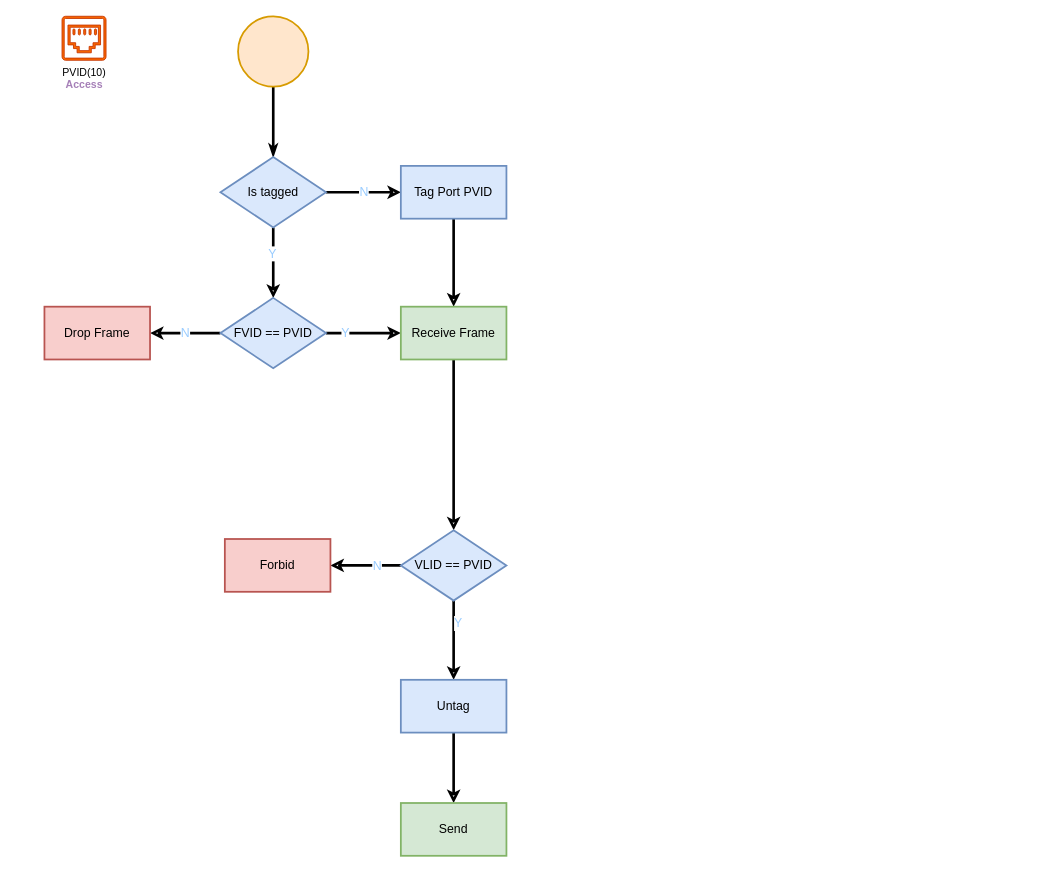
Before: page "Access Receive/Send Frame" (4 of 10) of VLAN.drawio in gaivin/drawio, a draw.io diagram. Source tidied: cells renumbered, new cells numbered last; positions are measured from the earlier drawing's top-left corner, leaving out a move shared by most shapes. Both pictures are drawn from the tidied source at 88%, with x=0, y=0 at pixel (44, 16).
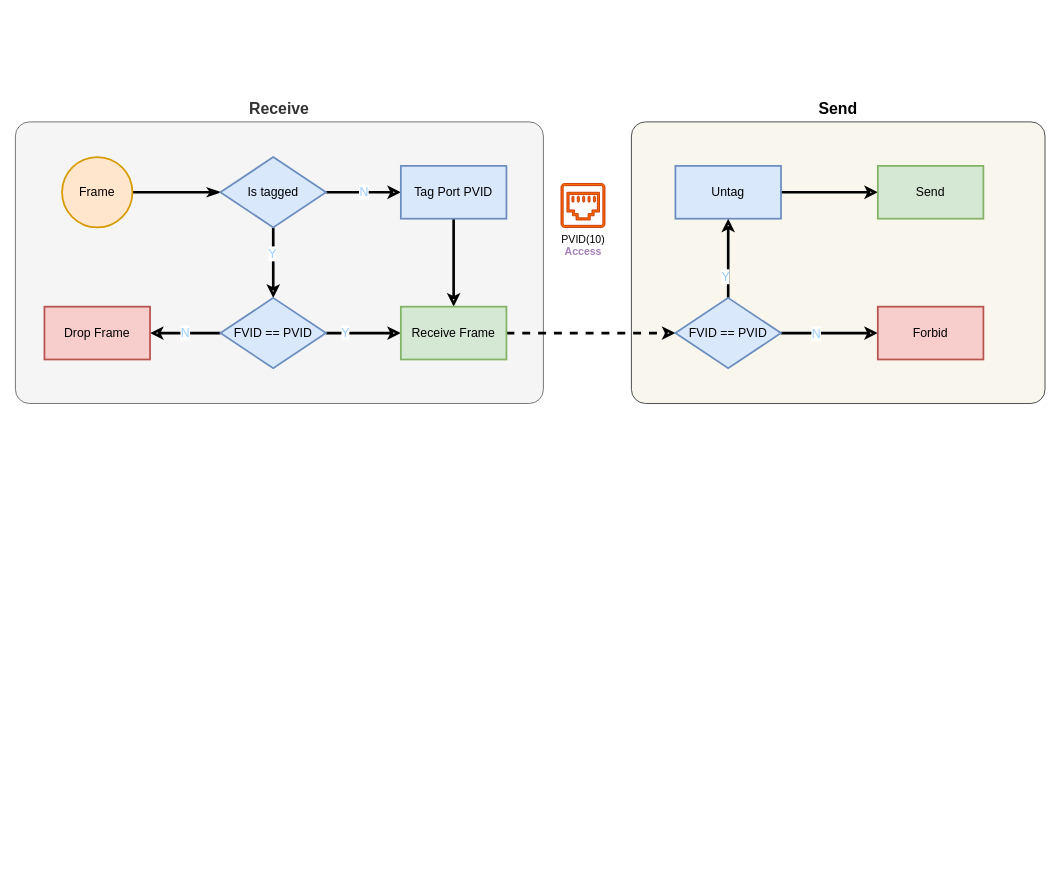
Above is the later version.

Unchanged cells that the change refers to:
```xml
<mxCell id="15" value="Receive Frame" style="whiteSpace=wrap;html=1;fontSize=14;rounded=0;shadow=0;sketch=0;strokeWidth=2;gradientDirection=west;fillColor=#d5e8d4;strokeColor=#82b366;" parent="1" vertex="1">
  <mxGeometry x="405" y="330" width="120" height="60" as="geometry" />
</mxCell>
```

What changed in the source:
```diff
@@
+    <mxCell id="27" value="Send" style="rounded=1;whiteSpace=wrap;html=1;arcSize=5;fillColor=#f9f7ed;strokeColor=#36393d;labelPosition=center;verticalLabelPosition=top;align=center;verticalAlign=bottom;fontSize=18;fontStyle=1;" parent="1" vertex="1">
+      <mxGeometry x="667" y="120" width="470" height="320" as="geometry" />
+    </mxCell>
+    <mxCell id="28" value="Receive" style="rounded=1;whiteSpace=wrap;html=1;arcSize=5;fillColor=#f5f5f5;fontColor=#333333;strokeColor=#666666;labelPosition=center;verticalLabelPosition=top;align=center;verticalAlign=bottom;fontSize=18;fontStyle=1;" parent="1" vertex="1">
+      <mxGeometry x="-33" y="120" width="600" height="320" as="geometry" />
+    </mxCell>
@@
-    <mxCell id="3" style="ellipse;whiteSpace=wrap;html=1;rounded=0;shadow=0;sketch=0;fontSize=14;strokeWidth=2;gradientDirection=west;fillColor=#ffe6cc;strokeColor=#d79b00;" parent="1" vertex="1">
-      <mxGeometry x="220" width="80" height="80" as="geometry" />
+    <mxCell id="3" value="Frame" style="ellipse;whiteSpace=wrap;html=1;rounded=0;shadow=0;sketch=0;fontSize=14;strokeWidth=2;gradientDirection=west;fillColor=#ffe6cc;strokeColor=#d79b00;" parent="1" vertex="1">
+      <mxGeometry x="20" y="160" width="80" height="80" as="geometry" />
     </mxCell>
@@
-    <mxCell id="14" style="edgeStyle=elbowEdgeStyle;rounded=0;jettySize=auto;elbow=vertical;html=1;fontSize=14;fontColor=#99CCFF;endArrow=classic;endFill=0;strokeWidth=3;" parent="1" edge="1" source="15" target="21">
+    <mxCell id="14" style="edgeStyle=elbowEdgeStyle;rounded=0;jettySize=auto;elbow=vertical;html=1;fontSize=14;fontColor=#99CCFF;endArrow=classic;endFill=0;strokeWidth=3;dashed=1;" parent="1" edge="1" source="15" target="21">
       <mxGeometry relative="1" as="geometry" />
     </mxCell>
@@
-    <mxCell id="21" value="VLID == PVID" style="rhombus;whiteSpace=wrap;html=1;fontSize=14;rounded=0;shadow=0;sketch=0;strokeWidth=2;gradientDirection=west;fillColor=#dae8fc;strokeColor=#6c8ebf;" parent="1" vertex="1">
-      <mxGeometry x="405" y="584" width="120" height="80" as="geometry" />
+    <mxCell id="21" value="FVID == PVID" style="rhombus;whiteSpace=wrap;html=1;fontSize=14;rounded=0;shadow=0;sketch=0;strokeWidth=2;gradientDirection=west;fillColor=#dae8fc;strokeColor=#6c8ebf;" parent="1" vertex="1">
+      <mxGeometry x="717" y="320" width="120" height="80" as="geometry" />
     </mxCell>
@@
     <mxCell id="23" value="Untag" style="whiteSpace=wrap;html=1;fontSize=14;fillColor=#dae8fc;strokeColor=#6c8ebf;rounded=0;shadow=0;sketch=0;strokeWidth=2;gradientDirection=west;" parent="1" vertex="1">
-      <mxGeometry x="405" y="754" width="120" height="60" as="geometry" />
+      <mxGeometry x="717" y="170" width="120" height="60" as="geometry" />
     </mxCell>
     <mxCell id="24" value="Forbid" style="whiteSpace=wrap;html=1;fontSize=14;fillColor=#f8cecc;strokeColor=#b85450;rounded=0;shadow=0;sketch=0;strokeWidth=2;gradientDirection=west;" parent="1" vertex="1">
-      <mxGeometry x="205" y="594" width="120" height="60" as="geometry" />
+      <mxGeometry x="947" y="330" width="120" height="60" as="geometry" />
     </mxCell>
     <mxCell id="25" value="Send" style="whiteSpace=wrap;html=1;fontSize=14;fillColor=#d5e8d4;strokeColor=#82b366;rounded=0;shadow=0;sketch=0;strokeWidth=2;gradientDirection=west;" parent="1" vertex="1">
-      <mxGeometry x="405" y="894" width="120" height="60" as="geometry" />
+      <mxGeometry x="947" y="170" width="120" height="60" as="geometry" />
     </mxCell>
     <mxCell id="26" value="PVID(10)&lt;br&gt;&lt;font color=&quot;#a680b8&quot;&gt;&lt;b&gt;Access&lt;/b&gt;&lt;/font&gt;" style="sketch=0;shadow=0;dashed=0;html=1;strokeColor=#C73500;fillColor=#fa6800;labelPosition=center;verticalLabelPosition=bottom;verticalAlign=top;align=center;shape=mxgraph.vvd.ethernet_port;fontColor=#000000;" parent="1" vertex="1">
-      <mxGeometry x="20" width="50" height="50" as="geometry" />
+      <mxGeometry x="587" y="190" width="50" height="50" as="geometry" />
     </mxCell>
```
